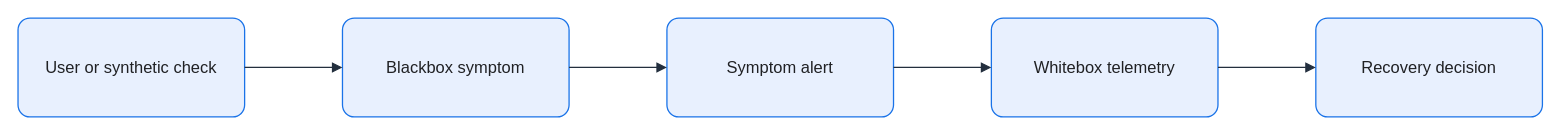
Above: assets/img/observability/blackbox-whitebox-flow.drawio in KKamJi98/kkamji98.github.io (draw.io), before the change. Source tidied: cells renumbered, new cells numbered last; positions are measured from the earlier drawing's top-left corner, leaving out a move shared by most shapes. Both pictures are drawn from the tidied source at 103%, with x=0, y=0 at pixel (18, 18).
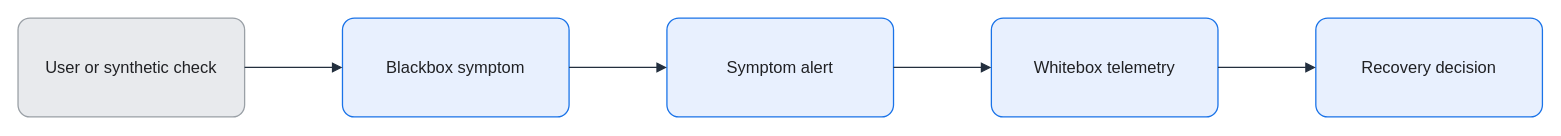
The same page after the edit.

The edit, as a diff of the source:
```diff
@@
 <mxGraphModel background="#FFFFFF">
   <root>
     <mxCell id="0" />
     <mxCell id="1" parent="0" />
-    <mxCell id="2" value="User or synthetic check" style="rounded=1;arcSize=12;whiteSpace=wrap;html=0;fillColor=#E8F0FE;strokeColor=#1A73E8;strokeWidth=1.25;fontColor=#202124;fontSize=16;align=center;verticalAlign=middle;spacing=8;shadow=0;" parent="1" vertex="1">
+    <mxCell id="2" value="User or synthetic check" style="rounded=1;arcSize=12;whiteSpace=wrap;html=0;fillColor=#E8EAED;strokeColor=#9AA0A6;strokeWidth=1.25;fontColor=#202124;fontSize=16;align=center;verticalAlign=middle;spacing=8;shadow=0;" parent="1" vertex="1">
       <mxGeometry width="220" height="96" as="geometry" />
     </mxCell>
     <mxCell id="3" value="Blackbox symptom" style="rounded=1;arcSize=12;whiteSpace=wrap;html=0;fillColor=#E8F0FE;strokeColor=#1A73E8;strokeWidth=1.25;fontColor=#202124;fontSize=16;align=center;verticalAlign=middle;spacing=8;shadow=0;" parent="1" vertex="1">
       <mxGeometry x="315" width="220" height="96" as="geometry" />
     </mxCell>
     <mxCell id="4" value="Symptom alert" style="rounded=1;arcSize=12;whiteSpace=wrap;html=0;fillColor=#E8F0FE;strokeColor=#1A73E8;strokeWidth=1.25;fontColor=#202124;fontSize=16;align=center;verticalAlign=middle;spacing=8;shadow=0;" parent="1" vertex="1">
       <mxGeometry x="630" width="220" height="96" as="geometry" />
     </mxCell>
     <mxCell id="5" value="Whitebox telemetry" style="rounded=1;arcSize=12;whiteSpace=wrap;html=0;fillColor=#E8F0FE;strokeColor=#1A73E8;strokeWidth=1.25;fontColor=#202124;fontSize=16;align=center;verticalAlign=middle;spacing=8;shadow=0;" parent="1" vertex="1">
       <mxGeometry x="945" width="220" height="96" as="geometry" />
     </mxCell>
     <mxCell id="6" value="Recovery decision" style="rounded=1;arcSize=12;whiteSpace=wrap;html=0;fillColor=#E8F0FE;strokeColor=#1A73E8;strokeWidth=1.25;fontColor=#202124;fontSize=16;align=center;verticalAlign=middle;spacing=8;shadow=0;" parent="1" vertex="1">
       <mxGeometry x="1260" width="220" height="96" as="geometry" />
     </mxCell>
     <mxCell id="7" style="edgeStyle=orthogonalEdgeStyle;rounded=0;jettySize=auto;html=0;endArrow=block;endFill=1;strokeColor=#232F3E;strokeWidth=1.25;fontColor=#202124;labelBackgroundColor=none;exitX=1;exitY=0.5;exitDx=0;exitDy=0;entryX=0;entryY=0.5;entryDx=0;entryDy=0;endSize=7;" parent="1" edge="1" source="2" target="3">
       <mxGeometry relative="1" as="geometry" />
     </mxCell>
     <mxCell id="8" style="edgeStyle=orthogonalEdgeStyle;rounded=0;jettySize=auto;html=0;endArrow=block;endFill=1;strokeColor=#232F3E;strokeWidth=1.25;fontColor=#202124;labelBackgroundColor=none;exitX=1;exitY=0.5;exitDx=0;exitDy=0;entryX=0;entryY=0.5;entryDx=0;entryDy=0;endSize=7;" parent="1" edge="1" source="3" target="4">
       <mxGeometry relative="1" as="geometry" />
     </mxCell>
     <mxCell id="9" style="edgeStyle=orthogonalEdgeStyle;rounded=0;jettySize=auto;html=0;endArrow=block;endFill=1;strokeColor=#232F3E;strokeWidth=1.25;fontColor=#202124;labelBackgroundColor=none;exitX=1;exitY=0.5;exitDx=0;exitDy=0;entryX=0;entryY=0.5;entryDx=0;entryDy=0;endSize=7;" parent="1" edge="1" source="4" target="5">
       <mxGeometry relative="1" as="geometry" />
     </mxCell>
     <mxCell id="10" style="edgeStyle=orthogonalEdgeStyle;rounded=0;jettySize=auto;html=0;endArrow=block;endFill=1;strokeColor=#232F3E;strokeWidth=1.25;fontColor=#202124;labelBackgroundColor=none;exitX=1;exitY=0.5;exitDx=0;exitDy=0;entryX=0;entryY=0.5;entryDx=0;entryDy=0;endSize=7;" parent="1" edge="1" source="5" target="6">
       <mxGeometry relative="1" as="geometry" />
     </mxCell>
   </root>
 </mxGraphModel>
```
